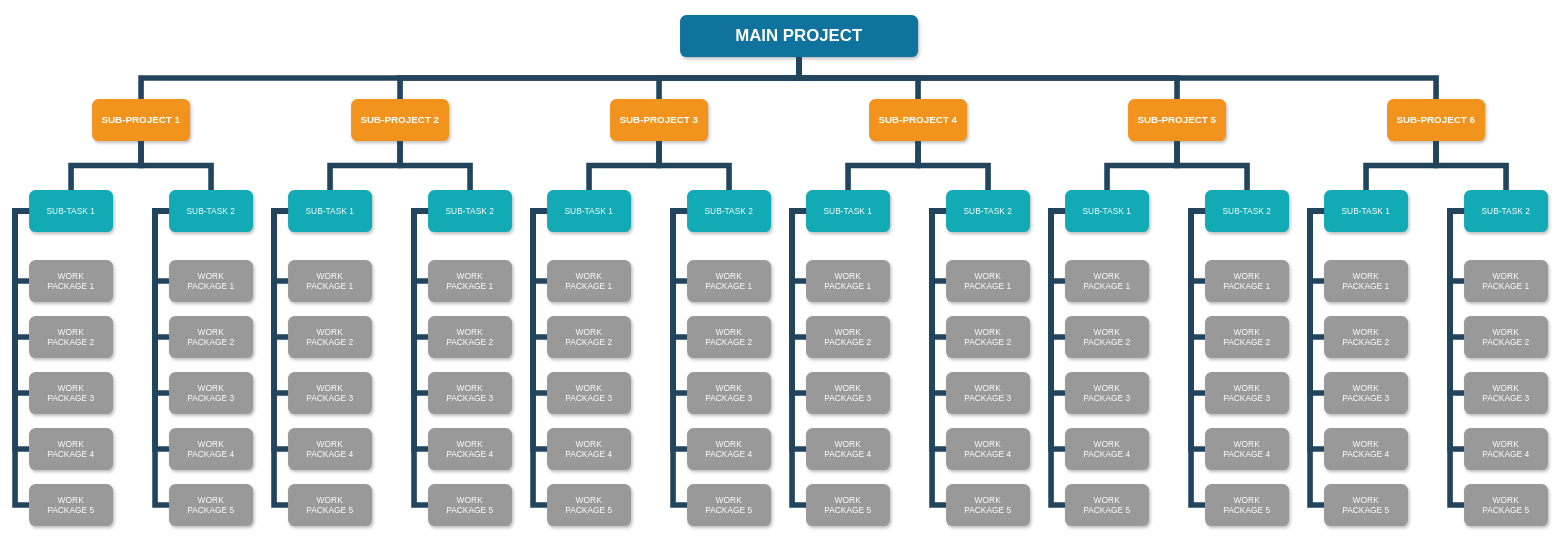
Before: Untitled Diagram.drawio in AragornOfKebroyd/AragornOfKebroyd, a draw.io diagram. Source tidied: cells renumbered, new cells numbered last; positions are measured from the earlier drawing's top-left corner, leaving out a move shared by most shapes. Both pictures are drawn from the tidied source at 70%, with x=0, y=0 at pixel (15, 15).
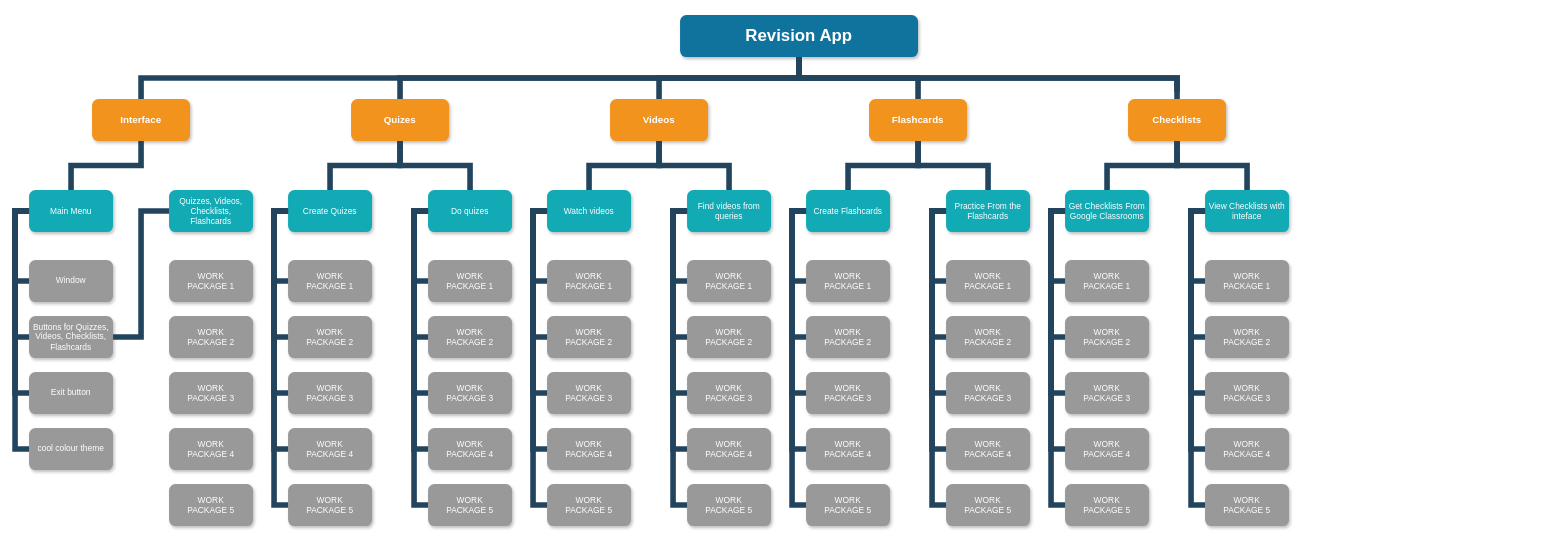
The same page after the edit.

Unchanged cells that the change refers to:
```xml
<mxCell id="16" value="WORK&#10;PACKAGE 1" style="whiteSpace=wrap;rounded=1;fillColor=#999999;strokeColor=none;shadow=1;fontColor=#FFFFFF;fontStyle=0;" parent="1" vertex="1">
  <mxGeometry x="220" y="350" width="120" height="60" as="geometry" />
</mxCell>
<mxCell id="17" value="WORK&#10;PACKAGE 2" style="whiteSpace=wrap;rounded=1;fillColor=#999999;strokeColor=none;shadow=1;fontColor=#FFFFFF;fontStyle=0;" parent="1" vertex="1">
  <mxGeometry x="220" y="430" width="120" height="60" as="geometry" />
</mxCell>
<mxCell id="18" value="WORK&#10;PACKAGE 3" style="whiteSpace=wrap;rounded=1;fillColor=#999999;strokeColor=none;shadow=1;fontColor=#FFFFFF;fontStyle=0;" parent="1" vertex="1">
  <mxGeometry x="220" y="510" width="120" height="60" as="geometry" />
</mxCell>
<mxCell id="19" value="WORK&#10;PACKAGE 4" style="whiteSpace=wrap;rounded=1;fillColor=#999999;strokeColor=none;shadow=1;fontColor=#FFFFFF;fontStyle=0;" parent="1" vertex="1">
  <mxGeometry x="220" y="590" width="120" height="60" as="geometry" />
</mxCell>
<mxCell id="20" value="WORK&#10;PACKAGE 5" style="whiteSpace=wrap;rounded=1;fillColor=#999999;strokeColor=none;shadow=1;fontColor=#FFFFFF;fontStyle=0;" parent="1" vertex="1">
  <mxGeometry x="220" y="670" width="120" height="60" as="geometry" />
</mxCell>
```

The edit, as a diff of the source:
```diff
@@
-    <mxCell id="2" value="MAIN PROJECT" style="whiteSpace=wrap;rounded=1;shadow=1;fillColor=#10739E;strokeColor=none;fontColor=#FFFFFF;fontStyle=1;fontSize=24;" parent="1" vertex="1">
+    <mxCell id="2" value="Revision App" style="whiteSpace=wrap;rounded=1;shadow=1;fillColor=#10739E;strokeColor=none;fontColor=#FFFFFF;fontStyle=1;fontSize=24;" parent="1" vertex="1">
       <mxGeometry x="950" width="340" height="60" as="geometry" />
     </mxCell>
-    <mxCell id="3" value="SUB-PROJECT 1" style="whiteSpace=wrap;rounded=1;fillColor=#F2931E;strokeColor=none;shadow=1;fontColor=#FFFFFF;fontStyle=1;fontSize=14;" parent="1" vertex="1">
+    <mxCell id="3" value="Interface" style="whiteSpace=wrap;rounded=1;fillColor=#F2931E;strokeColor=none;shadow=1;fontColor=#FFFFFF;fontStyle=1;fontSize=14;" parent="1" vertex="1">
       <mxGeometry x="110" y="120" width="140" height="60" as="geometry" />
     </mxCell>
-    <mxCell id="4" value="SUB-PROJECT 2" style="whiteSpace=wrap;rounded=1;fillColor=#F2931E;strokeColor=none;shadow=1;fontColor=#FFFFFF;fontStyle=1;fontSize=14;" parent="1" vertex="1">
+    <mxCell id="4" value="Quizes" style="whiteSpace=wrap;rounded=1;fillColor=#F2931E;strokeColor=none;shadow=1;fontColor=#FFFFFF;fontStyle=1;fontSize=14;" parent="1" vertex="1">
       <mxGeometry x="480" y="120" width="140" height="60" as="geometry" />
     </mxCell>
-    <mxCell id="5" value="SUB-PROJECT 6" style="whiteSpace=wrap;rounded=1;fillColor=#F2931E;strokeColor=none;shadow=1;fontColor=#FFFFFF;fontStyle=1;fontSize=14;" parent="1" vertex="1">
-      <mxGeometry x="1960" y="120" width="140" height="60" as="geometry" />
-    </mxCell>
-    <mxCell id="6" value="SUB-PROJECT 3" style="whiteSpace=wrap;rounded=1;fillColor=#F2931E;strokeColor=none;shadow=1;fontColor=#FFFFFF;fontStyle=1;fontSize=14;" parent="1" vertex="1">
+    <mxCell id="6" value="Videos" style="whiteSpace=wrap;rounded=1;fillColor=#F2931E;strokeColor=none;shadow=1;fontColor=#FFFFFF;fontStyle=1;fontSize=14;" parent="1" vertex="1">
       <mxGeometry x="850" y="120" width="140" height="60" as="geometry" />
     </mxCell>
-    <mxCell id="7" value="SUB-PROJECT 4" style="whiteSpace=wrap;rounded=1;fillColor=#F2931E;strokeColor=none;shadow=1;fontColor=#FFFFFF;fontStyle=1;fontSize=14;" parent="1" vertex="1">
+    <mxCell id="7" value="Flashcards" style="whiteSpace=wrap;rounded=1;fillColor=#F2931E;strokeColor=none;shadow=1;fontColor=#FFFFFF;fontStyle=1;fontSize=14;" parent="1" vertex="1">
       <mxGeometry x="1220" y="120" width="140" height="60" as="geometry" />
     </mxCell>
-    <mxCell id="8" value="SUB-PROJECT 5" style="whiteSpace=wrap;rounded=1;fillColor=#F2931E;strokeColor=none;shadow=1;fontColor=#FFFFFF;fontStyle=1;fontSize=14;" parent="1" vertex="1">
+    <mxCell id="8" value="Checklists" style="whiteSpace=wrap;rounded=1;fillColor=#F2931E;strokeColor=none;shadow=1;fontColor=#FFFFFF;fontStyle=1;fontSize=14;" parent="1" vertex="1">
       <mxGeometry x="1590" y="120" width="140" height="60" as="geometry" />
     </mxCell>
-    <mxCell id="9" value="SUB-TASK 1" style="whiteSpace=wrap;rounded=1;fillColor=#12AAB5;strokeColor=none;shadow=1;fontColor=#FFFFFF;" parent="1" vertex="1">
+    <mxCell id="9" value="Main Menu" style="whiteSpace=wrap;rounded=1;fillColor=#12AAB5;strokeColor=none;shadow=1;fontColor=#FFFFFF;" parent="1" vertex="1">
       <mxGeometry x="20" y="250" width="120" height="60" as="geometry" />
     </mxCell>
-    <mxCell id="10" value="SUB-TASK 2" style="whiteSpace=wrap;rounded=1;fillColor=#12AAB5;strokeColor=none;shadow=1;fontColor=#FFFFFF;" parent="1" vertex="1">
+    <mxCell id="10" value="Quizzes, Videos, Checklists, Flashcards" style="whiteSpace=wrap;rounded=1;fillColor=#12AAB5;strokeColor=none;shadow=1;fontColor=#FFFFFF;" parent="1" vertex="1">
       <mxGeometry x="220" y="250" width="120" height="60" as="geometry" />
     </mxCell>
-    <mxCell id="11" value="WORK&#10;PACKAGE 1" style="whiteSpace=wrap;rounded=1;fillColor=#999999;strokeColor=none;shadow=1;fontColor=#FFFFFF;fontStyle=0;" parent="1" vertex="1">
+    <mxCell id="11" value="Window" style="whiteSpace=wrap;rounded=1;fillColor=#999999;strokeColor=none;shadow=1;fontColor=#FFFFFF;fontStyle=0;" parent="1" vertex="1">
       <mxGeometry x="20" y="350" width="120" height="60" as="geometry" />
     </mxCell>
-    <mxCell id="12" value="WORK&#10;PACKAGE 2" style="whiteSpace=wrap;rounded=1;fillColor=#999999;strokeColor=none;shadow=1;fontColor=#FFFFFF;fontStyle=0;" parent="1" vertex="1">
+    <mxCell id="12" value="Buttons for Quizzes, Videos, Checklists, Flashcards" style="whiteSpace=wrap;rounded=1;fillColor=#999999;strokeColor=none;shadow=1;fontColor=#FFFFFF;fontStyle=0;" parent="1" vertex="1">
       <mxGeometry x="20" y="430" width="120" height="60" as="geometry" />
     </mxCell>
-    <mxCell id="13" value="WORK&#10;PACKAGE 3" style="whiteSpace=wrap;rounded=1;fillColor=#999999;strokeColor=none;shadow=1;fontColor=#FFFFFF;fontStyle=0;" parent="1" vertex="1">
+    <mxCell id="13" value="Exit button" style="whiteSpace=wrap;rounded=1;fillColor=#999999;strokeColor=none;shadow=1;fontColor=#FFFFFF;fontStyle=0;" parent="1" vertex="1">
       <mxGeometry x="20" y="510" width="120" height="60" as="geometry" />
     </mxCell>
-    <mxCell id="14" value="WORK&#10;PACKAGE 4" style="whiteSpace=wrap;rounded=1;fillColor=#999999;strokeColor=none;shadow=1;fontColor=#FFFFFF;fontStyle=0;" parent="1" vertex="1">
+    <mxCell id="14" value="cool colour theme" style="whiteSpace=wrap;rounded=1;fillColor=#999999;strokeColor=none;shadow=1;fontColor=#FFFFFF;fontStyle=0;" parent="1" vertex="1">
       <mxGeometry x="20" y="590" width="120" height="60" as="geometry" />
     </mxCell>
-    <mxCell id="15" value="WORK&#10;PACKAGE 5" style="whiteSpace=wrap;rounded=1;fillColor=#999999;strokeColor=none;shadow=1;fontColor=#FFFFFF;fontStyle=0;" parent="1" vertex="1">
-      <mxGeometry x="20" y="670" width="120" height="60" as="geometry" />
-    </mxCell>
@@
-    <mxCell id="21" value="SUB-TASK 1" style="whiteSpace=wrap;rounded=1;fillColor=#12AAB5;strokeColor=none;shadow=1;fontColor=#FFFFFF;" parent="1" vertex="1">
+    <mxCell id="21" value="Create Quizes" style="whiteSpace=wrap;rounded=1;fillColor=#12AAB5;strokeColor=none;shadow=1;fontColor=#FFFFFF;" parent="1" vertex="1">
       <mxGeometry x="390" y="250" width="120" height="60" as="geometry" />
     </mxCell>
-    <mxCell id="22" value="SUB-TASK 2" style="whiteSpace=wrap;rounded=1;fillColor=#12AAB5;strokeColor=none;shadow=1;fontColor=#FFFFFF;" parent="1" vertex="1">
+    <mxCell id="22" value="Do quizes" style="whiteSpace=wrap;rounded=1;fillColor=#12AAB5;strokeColor=none;shadow=1;fontColor=#FFFFFF;" parent="1" vertex="1">
       <mxGeometry x="590" y="250" width="120" height="60" as="geometry" />
     </mxCell>
@@
-    <mxCell id="34" style="edgeStyle=elbowEdgeStyle;elbow=vertical;rounded=0;fontColor=#000000;endArrow=none;endFill=0;strokeWidth=8;strokeColor=#23445D;" parent="1" edge="1" source="3" target="10">
+    <mxCell id="34" style="edgeStyle=elbowEdgeStyle;rounded=0;fontColor=#000000;endArrow=none;endFill=0;strokeWidth=8;strokeColor=#23445D;entryX=0;entryY=0.5;entryDx=0;entryDy=0;exitX=1;exitY=0.5;exitDx=0;exitDy=0;" parent="1" edge="1" source="12" target="10">
       <mxGeometry relative="1" as="geometry" />
     </mxCell>
@@
-    <mxCell id="37" style="edgeStyle=elbowEdgeStyle;elbow=horizontal;rounded=0;fontColor=#000000;endArrow=none;endFill=0;strokeWidth=8;strokeColor=#23445D;" parent="1" edge="1" source="9" target="15">
-      <mxGeometry relative="1" as="geometry">
-        <Array as="points">
-          <mxPoint y="490" />
-        </Array>
-      </mxGeometry>
-    </mxCell>
@@
-    <mxCell id="40" style="edgeStyle=elbowEdgeStyle;elbow=horizontal;rounded=0;fontColor=#000000;endArrow=none;endFill=0;strokeWidth=8;strokeColor=#23445D;" parent="1" edge="1" target="16">
-      <mxGeometry relative="1" as="geometry">
-        <mxPoint x="210" y="280" as="sourcePoint" />
-        <Array as="points">
-          <mxPoint x="200" y="330" />
-        </Array>
-      </mxGeometry>
-    </mxCell>
-    <mxCell id="41" style="edgeStyle=elbowEdgeStyle;elbow=horizontal;rounded=0;fontColor=#000000;endArrow=none;endFill=0;strokeWidth=8;strokeColor=#23445D;" parent="1" edge="1" source="10" target="17">
-      <mxGeometry relative="1" as="geometry">
-        <Array as="points">
-          <mxPoint x="200" y="370" />
-        </Array>
-      </mxGeometry>
-    </mxCell>
-    <mxCell id="42" style="edgeStyle=elbowEdgeStyle;elbow=horizontal;rounded=0;fontColor=#000000;endArrow=none;endFill=0;strokeWidth=8;strokeColor=#23445D;" parent="1" edge="1" source="10" target="20">
-      <mxGeometry relative="1" as="geometry">
-        <Array as="points">
-          <mxPoint x="200" y="490" />
-        </Array>
-      </mxGeometry>
-    </mxCell>
-    <mxCell id="43" style="edgeStyle=elbowEdgeStyle;elbow=horizontal;rounded=0;fontColor=#000000;endArrow=none;endFill=0;strokeWidth=8;strokeColor=#23445D;" parent="1" edge="1" source="10" target="19">
-      <mxGeometry relative="1" as="geometry">
-        <Array as="points">
-          <mxPoint x="200" y="450" />
-        </Array>
-      </mxGeometry>
-    </mxCell>
-    <mxCell id="44" style="edgeStyle=elbowEdgeStyle;elbow=horizontal;rounded=0;fontColor=#000000;endArrow=none;endFill=0;strokeWidth=8;strokeColor=#23445D;" parent="1" edge="1" source="10" target="18">
-      <mxGeometry relative="1" as="geometry">
-        <Array as="points">
-          <mxPoint x="200" y="410" />
-        </Array>
-      </mxGeometry>
-    </mxCell>
@@
-    <mxCell id="57" value="SUB-TASK 1" style="whiteSpace=wrap;rounded=1;fillColor=#12AAB5;strokeColor=none;shadow=1;fontColor=#FFFFFF;" parent="1" vertex="1">
+    <mxCell id="57" value="Watch videos" style="whiteSpace=wrap;rounded=1;fillColor=#12AAB5;strokeColor=none;shadow=1;fontColor=#FFFFFF;" parent="1" vertex="1">
       <mxGeometry x="760" y="250" width="120" height="60" as="geometry" />
     </mxCell>
-    <mxCell id="58" value="SUB-TASK 2" style="whiteSpace=wrap;rounded=1;fillColor=#12AAB5;strokeColor=none;shadow=1;fontColor=#FFFFFF;" parent="1" vertex="1">
+    <mxCell id="58" value="Find videos from queries" style="whiteSpace=wrap;rounded=1;fillColor=#12AAB5;strokeColor=none;shadow=1;fontColor=#FFFFFF;" parent="1" vertex="1">
       <mxGeometry x="960" y="250" width="120" height="60" as="geometry" />
     </mxCell>
@@
-    <mxCell id="79" value="SUB-TASK 1" style="whiteSpace=wrap;rounded=1;fillColor=#12AAB5;strokeColor=none;shadow=1;fontColor=#FFFFFF;" parent="1" vertex="1">
+    <mxCell id="79" value="Create Flashcards" style="whiteSpace=wrap;rounded=1;fillColor=#12AAB5;strokeColor=none;shadow=1;fontColor=#FFFFFF;" parent="1" vertex="1">
       <mxGeometry x="1130" y="250" width="120" height="60" as="geometry" />
     </mxCell>
-    <mxCell id="80" value="SUB-TASK 2" style="whiteSpace=wrap;rounded=1;fillColor=#12AAB5;strokeColor=none;shadow=1;fontColor=#FFFFFF;" parent="1" vertex="1">
+    <mxCell id="80" value="Practice From the Flashcards" style="whiteSpace=wrap;rounded=1;fillColor=#12AAB5;strokeColor=none;shadow=1;fontColor=#FFFFFF;" parent="1" vertex="1">
       <mxGeometry x="1330" y="250" width="120" height="60" as="geometry" />
     </mxCell>
@@
-    <mxCell id="101" value="SUB-TASK 1" style="whiteSpace=wrap;rounded=1;fillColor=#12AAB5;strokeColor=none;shadow=1;fontColor=#FFFFFF;" parent="1" vertex="1">
+    <mxCell id="101" value="Get Checklists From Google Classrooms" style="whiteSpace=wrap;rounded=1;fillColor=#12AAB5;strokeColor=none;shadow=1;fontColor=#FFFFFF;" parent="1" vertex="1">
       <mxGeometry x="1500" y="250" width="120" height="60" as="geometry" />
     </mxCell>
-    <mxCell id="102" value="SUB-TASK 2" style="whiteSpace=wrap;rounded=1;fillColor=#12AAB5;strokeColor=none;shadow=1;fontColor=#FFFFFF;" parent="1" vertex="1">
+    <mxCell id="102" value="View Checklists with inteface" style="whiteSpace=wrap;rounded=1;fillColor=#12AAB5;strokeColor=none;shadow=1;fontColor=#FFFFFF;" parent="1" vertex="1">
       <mxGeometry x="1700" y="250" width="120" height="60" as="geometry" />
     </mxCell>
@@
-    <mxCell id="123" value="SUB-TASK 1" style="whiteSpace=wrap;rounded=1;fillColor=#12AAB5;strokeColor=none;shadow=1;fontColor=#FFFFFF;" parent="1" vertex="1">
-      <mxGeometry x="1870" y="250" width="120" height="60" as="geometry" />
-    </mxCell>
-    <mxCell id="124" value="SUB-TASK 2" style="whiteSpace=wrap;rounded=1;fillColor=#12AAB5;strokeColor=none;shadow=1;fontColor=#FFFFFF;" parent="1" vertex="1">
-      <mxGeometry x="2070" y="250" width="120" height="60" as="geometry" />
-    </mxCell>
-    <mxCell id="125" value="WORK&#10;PACKAGE 1" style="whiteSpace=wrap;rounded=1;fillColor=#999999;strokeColor=none;shadow=1;fontColor=#FFFFFF;fontStyle=0;" parent="1" vertex="1">
-      <mxGeometry x="1870" y="350" width="120" height="60" as="geometry" />
-    </mxCell>
-    <mxCell id="126" value="WORK&#10;PACKAGE 2" style="whiteSpace=wrap;rounded=1;fillColor=#999999;strokeColor=none;shadow=1;fontColor=#FFFFFF;fontStyle=0;" parent="1" vertex="1">
-      <mxGeometry x="1870" y="430" width="120" height="60" as="geometry" />
-    </mxCell>
-    <mxCell id="127" value="WORK&#10;PACKAGE 3" style="whiteSpace=wrap;rounded=1;fillColor=#999999;strokeColor=none;shadow=1;fontColor=#FFFFFF;fontStyle=0;" parent="1" vertex="1">
-      <mxGeometry x="1870" y="510" width="120" height="60" as="geometry" />
-    </mxCell>
-    <mxCell id="128" value="WORK&#10;PACKAGE 4" style="whiteSpace=wrap;rounded=1;fillColor=#999999;strokeColor=none;shadow=1;fontColor=#FFFFFF;fontStyle=0;" parent="1" vertex="1">
-      <mxGeometry x="1870" y="590" width="120" height="60" as="geometry" />
-    </mxCell>
-    <mxCell id="129" value="WORK&#10;PACKAGE 5" style="whiteSpace=wrap;rounded=1;fillColor=#999999;strokeColor=none;shadow=1;fontColor=#FFFFFF;fontStyle=0;" parent="1" vertex="1">
-      <mxGeometry x="1870" y="670" width="120" height="60" as="geometry" />
-    </mxCell>
-    <mxCell id="130" value="WORK&#10;PACKAGE 1" style="whiteSpace=wrap;rounded=1;fillColor=#999999;strokeColor=none;shadow=1;fontColor=#FFFFFF;fontStyle=0;" parent="1" vertex="1">
-      <mxGeometry x="2070" y="350" width="120" height="60" as="geometry" />
-    </mxCell>
-    <mxCell id="131" value="WORK&#10;PACKAGE 2" style="whiteSpace=wrap;rounded=1;fillColor=#999999;strokeColor=none;shadow=1;fontColor=#FFFFFF;fontStyle=0;" parent="1" vertex="1">
-      <mxGeometry x="2070" y="430" width="120" height="60" as="geometry" />
-    </mxCell>
-    <mxCell id="132" value="WORK&#10;PACKAGE 3" style="whiteSpace=wrap;rounded=1;fillColor=#999999;strokeColor=none;shadow=1;fontColor=#FFFFFF;fontStyle=0;" parent="1" vertex="1">
-      <mxGeometry x="2070" y="510" width="120" height="60" as="geometry" />
-    </mxCell>
-    <mxCell id="133" value="WORK&#10;PACKAGE 4" style="whiteSpace=wrap;rounded=1;fillColor=#999999;strokeColor=none;shadow=1;fontColor=#FFFFFF;fontStyle=0;" parent="1" vertex="1">
-      <mxGeometry x="2070" y="590" width="120" height="60" as="geometry" />
-    </mxCell>
-    <mxCell id="134" value="WORK&#10;PACKAGE 5" style="whiteSpace=wrap;rounded=1;fillColor=#999999;strokeColor=none;shadow=1;fontColor=#FFFFFF;fontStyle=0;" parent="1" vertex="1">
-      <mxGeometry x="2070" y="670" width="120" height="60" as="geometry" />
-    </mxCell>
-    <mxCell id="135" style="edgeStyle=elbowEdgeStyle;elbow=horizontal;rounded=0;fontColor=#000000;endArrow=none;endFill=0;strokeWidth=8;strokeColor=#23445D;" parent="1" edge="1" source="123" target="125">
-      <mxGeometry relative="1" as="geometry">
-        <Array as="points">
-          <mxPoint x="1850" y="330" />
-        </Array>
-      </mxGeometry>
-    </mxCell>
-    <mxCell id="136" style="edgeStyle=elbowEdgeStyle;elbow=horizontal;rounded=0;fontColor=#000000;endArrow=none;endFill=0;strokeWidth=8;strokeColor=#23445D;" parent="1" edge="1" source="123" target="126">
-      <mxGeometry relative="1" as="geometry">
-        <Array as="points">
-          <mxPoint x="1850" y="370" />
-        </Array>
-      </mxGeometry>
-    </mxCell>
-    <mxCell id="137" style="edgeStyle=elbowEdgeStyle;elbow=horizontal;rounded=0;fontColor=#000000;endArrow=none;endFill=0;strokeWidth=8;strokeColor=#23445D;" parent="1" edge="1" source="123" target="129">
-      <mxGeometry relative="1" as="geometry">
-        <Array as="points">
-          <mxPoint x="1850" y="500" />
-        </Array>
-      </mxGeometry>
-    </mxCell>
-    <mxCell id="138" style="edgeStyle=elbowEdgeStyle;elbow=horizontal;rounded=0;fontColor=#000000;endArrow=none;endFill=0;strokeWidth=8;strokeColor=#23445D;" parent="1" edge="1" source="123" target="128">
-      <mxGeometry relative="1" as="geometry">
-        <Array as="points">
-          <mxPoint x="1850" y="450" />
-        </Array>
-      </mxGeometry>
-    </mxCell>
-    <mxCell id="139" style="edgeStyle=elbowEdgeStyle;elbow=horizontal;rounded=0;fontColor=#000000;endArrow=none;endFill=0;strokeWidth=8;strokeColor=#23445D;" parent="1" edge="1" source="123" target="127">
-      <mxGeometry relative="1" as="geometry">
-        <Array as="points">
-          <mxPoint x="1850" y="420" />
-        </Array>
-      </mxGeometry>
-    </mxCell>
-    <mxCell id="140" style="edgeStyle=elbowEdgeStyle;elbow=horizontal;rounded=0;fontColor=#000000;endArrow=none;endFill=0;strokeWidth=8;strokeColor=#23445D;" parent="1" edge="1" source="124" target="130">
-      <mxGeometry relative="1" as="geometry">
-        <Array as="points">
-          <mxPoint x="2050" y="330" />
-        </Array>
-      </mxGeometry>
-    </mxCell>
-    <mxCell id="141" style="edgeStyle=elbowEdgeStyle;elbow=horizontal;rounded=0;fontColor=#000000;endArrow=none;endFill=0;strokeWidth=8;strokeColor=#23445D;" parent="1" edge="1" source="124" target="131">
-      <mxGeometry relative="1" as="geometry">
-        <Array as="points">
-          <mxPoint x="2050" y="370" />
-        </Array>
-      </mxGeometry>
-    </mxCell>
-    <mxCell id="142" style="edgeStyle=elbowEdgeStyle;elbow=horizontal;rounded=0;fontColor=#000000;endArrow=none;endFill=0;strokeWidth=8;strokeColor=#23445D;" parent="1" edge="1" source="124" target="134">
-      <mxGeometry relative="1" as="geometry">
-        <Array as="points">
-          <mxPoint x="2050" y="490" />
-        </Array>
-      </mxGeometry>
-    </mxCell>
-    <mxCell id="143" style="edgeStyle=elbowEdgeStyle;elbow=horizontal;rounded=0;fontColor=#000000;endArrow=none;endFill=0;strokeWidth=8;strokeColor=#23445D;" parent="1" edge="1" source="124" target="133">
-      <mxGeometry relative="1" as="geometry">
-        <Array as="points">
-          <mxPoint x="2050" y="450" />
-        </Array>
-      </mxGeometry>
-    </mxCell>
-    <mxCell id="144" style="edgeStyle=elbowEdgeStyle;elbow=horizontal;rounded=0;fontColor=#000000;endArrow=none;endFill=0;strokeWidth=8;strokeColor=#23445D;" parent="1" edge="1" source="124" target="132">
-      <mxGeometry relative="1" as="geometry">
-        <Array as="points">
-          <mxPoint x="2050" y="420" />
-        </Array>
-      </mxGeometry>
-    </mxCell>
@@
-    <mxCell id="151" style="edgeStyle=elbowEdgeStyle;elbow=vertical;rounded=0;fontColor=#000000;endArrow=none;endFill=0;strokeWidth=8;strokeColor=#23445D;" parent="1" edge="1" source="5" target="123">
-      <mxGeometry relative="1" as="geometry" />
-    </mxCell>
-    <mxCell id="152" style="edgeStyle=elbowEdgeStyle;elbow=vertical;rounded=0;fontColor=#000000;endArrow=none;endFill=0;strokeWidth=8;strokeColor=#23445D;" parent="1" edge="1" source="5" target="124">
-      <mxGeometry relative="1" as="geometry" />
-    </mxCell>
@@
-    <mxCell id="158" style="edgeStyle=elbowEdgeStyle;elbow=vertical;rounded=0;fontColor=#000000;endArrow=none;endFill=0;strokeWidth=8;strokeColor=#23445D;" parent="1" edge="1" source="2" target="5">
-      <mxGeometry relative="1" as="geometry" />
+    <mxCell id="158" style="edgeStyle=elbowEdgeStyle;elbow=vertical;rounded=0;fontColor=#000000;endArrow=none;endFill=0;strokeWidth=8;strokeColor=#23445D;" parent="1" edge="1" source="2">
+      <mxGeometry relative="1" as="geometry">
+        <mxPoint x="1660" y="110" as="targetPoint" />
+        <Array as="points">
+          <mxPoint x="1390" y="90" />
+        </Array>
+      </mxGeometry>
     </mxCell>
```
